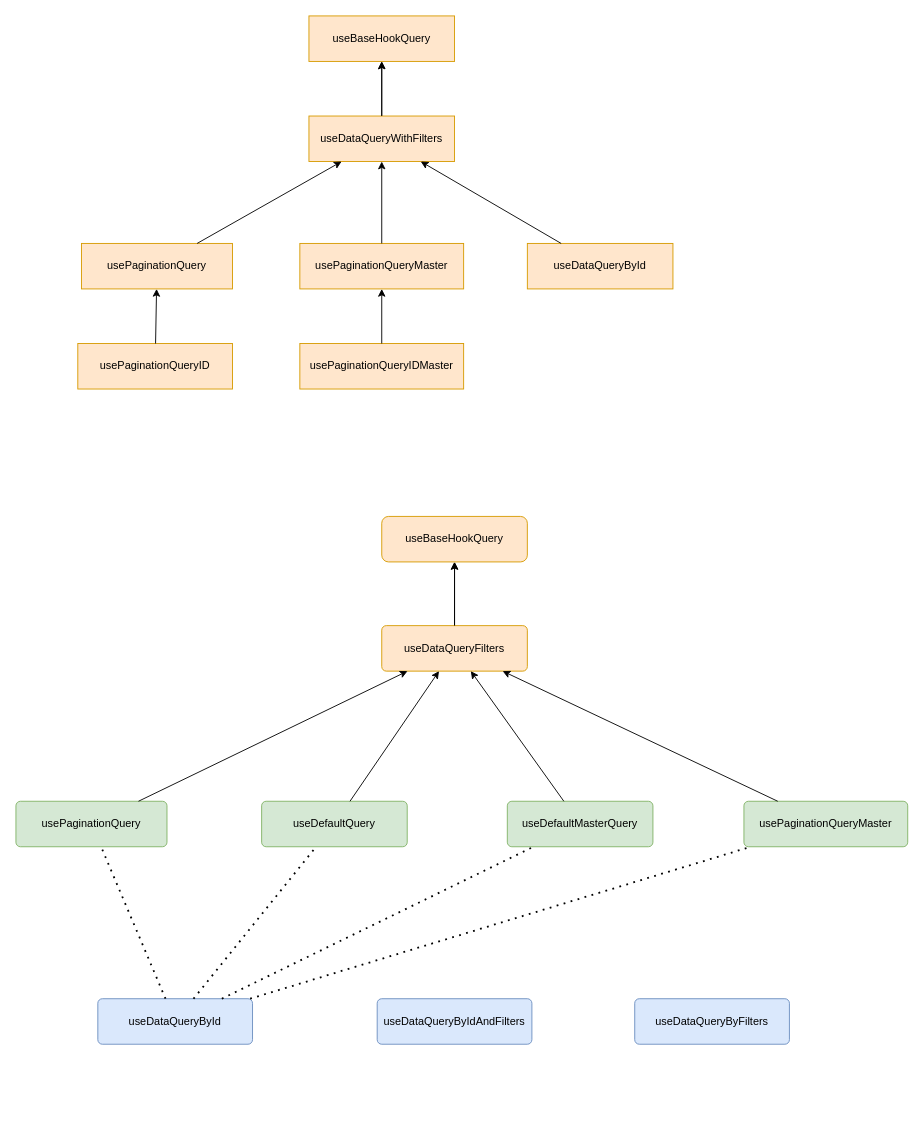
Earlier version of the draw.io diagram Diagrama sin título.drawio (gamboacarlos/preview-test). Source tidied: cells renumbered, new cells numbered last; positions are measured from the earlier drawing's top-left corner, leaving out a move shared by most shapes. Both pictures are drawn from the tidied source at 91%, with x=0, y=0 at pixel (15, 15).
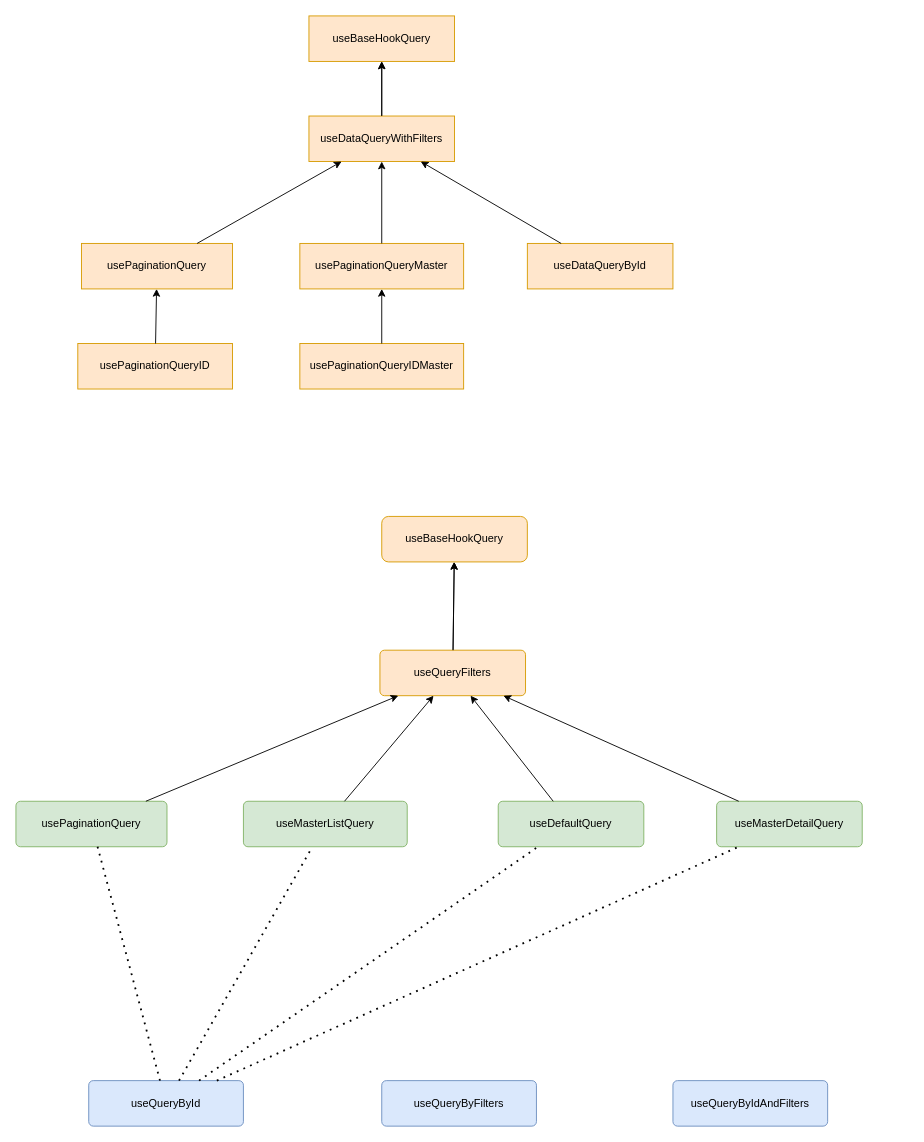
After the change.

Diff of the diagram source:
```diff
@@
-    <mxCell id="18" value="useDataQueryFilters" style="rounded=1;whiteSpace=wrap;html=1;fontSize=12;glass=0;strokeWidth=1;shadow=0;arcSize=10;fillColor=#ffe6cc;strokeColor=#d79b00;" parent="1" vertex="1">
-      <mxGeometry x="402" y="670" width="160" height="50" as="geometry" />
+    <mxCell id="18" value="useQueryFilters" style="rounded=1;whiteSpace=wrap;html=1;fontSize=12;glass=0;strokeWidth=1;shadow=0;arcSize=10;fillColor=#ffe6cc;strokeColor=#d79b00;" parent="1" vertex="1">
+      <mxGeometry x="400" y="697" width="160" height="50" as="geometry" />
     </mxCell>
@@
-    <mxCell id="22" value="usePaginationQueryMaster" style="rounded=1;whiteSpace=wrap;html=1;fontSize=12;glass=0;strokeWidth=1;shadow=0;arcSize=10;fillColor=#d5e8d4;strokeColor=#82b366;" parent="1" vertex="1">
-      <mxGeometry x="800" y="863" width="180" height="50" as="geometry" />
+    <mxCell id="22" value="useMasterListQuery" style="rounded=1;whiteSpace=wrap;html=1;fontSize=12;glass=0;strokeWidth=1;shadow=0;arcSize=10;fillColor=#d5e8d4;strokeColor=#82b366;" parent="1" vertex="1">
+      <mxGeometry x="250" y="863" width="180" height="50" as="geometry" />
     </mxCell>
-    <mxCell id="23" value="useDefaultMasterQuery" style="rounded=1;whiteSpace=wrap;html=1;fontSize=12;glass=0;strokeWidth=1;shadow=0;arcSize=10;fillColor=#d5e8d4;strokeColor=#82b366;" parent="1" vertex="1">
-      <mxGeometry x="540" y="863" width="160" height="50" as="geometry" />
+    <mxCell id="23" value="useMasterDetailQuery" style="rounded=1;whiteSpace=wrap;html=1;fontSize=12;glass=0;strokeWidth=1;shadow=0;arcSize=10;fillColor=#d5e8d4;strokeColor=#82b366;" parent="1" vertex="1">
+      <mxGeometry x="770" y="863" width="160" height="50" as="geometry" />
     </mxCell>
@@
-    <mxCell id="25" value="useDataQueryById" style="rounded=1;whiteSpace=wrap;html=1;fontSize=12;glass=0;strokeWidth=1;shadow=0;arcSize=10;fillColor=#dae8fc;strokeColor=#6c8ebf;" parent="1" vertex="1">
-      <mxGeometry x="90" y="1080" width="170" height="50" as="geometry" />
+    <mxCell id="25" value="useQueryById" style="rounded=1;whiteSpace=wrap;html=1;fontSize=12;glass=0;strokeWidth=1;shadow=0;arcSize=10;fillColor=#dae8fc;strokeColor=#6c8ebf;" parent="1" vertex="1">
+      <mxGeometry x="80" y="1170" width="170" height="50" as="geometry" />
     </mxCell>
@@
     <mxCell id="27" value="useDefaultQuery" style="rounded=1;whiteSpace=wrap;html=1;fontSize=12;glass=0;strokeWidth=1;shadow=0;arcSize=10;fillColor=#d5e8d4;strokeColor=#82b366;" parent="1" vertex="1">
-      <mxGeometry x="270" y="863" width="160" height="50" as="geometry" />
+      <mxGeometry x="530" y="863" width="160" height="50" as="geometry" />
     </mxCell>
@@
-    <mxCell id="29" value="useDataQueryByIdAndFilters" style="rounded=1;whiteSpace=wrap;html=1;fontSize=12;glass=0;strokeWidth=1;shadow=0;arcSize=10;fillColor=#dae8fc;strokeColor=#6c8ebf;" parent="1" vertex="1">
-      <mxGeometry x="397" y="1080" width="170" height="50" as="geometry" />
+    <mxCell id="29" value="useQueryByIdAndFilters" style="rounded=1;whiteSpace=wrap;html=1;fontSize=12;glass=0;strokeWidth=1;shadow=0;arcSize=10;fillColor=#dae8fc;strokeColor=#6c8ebf;" parent="1" vertex="1">
+      <mxGeometry x="722" y="1170" width="170" height="50" as="geometry" />
     </mxCell>
-    <mxCell id="30" value="&lt;div&gt;useDataQueryByFilters&lt;/div&gt;" style="rounded=1;whiteSpace=wrap;html=1;fontSize=12;glass=0;strokeWidth=1;shadow=0;arcSize=10;fillColor=#dae8fc;strokeColor=#6c8ebf;" parent="1" vertex="1">
-      <mxGeometry x="680" y="1080" width="170" height="50" as="geometry" />
+    <mxCell id="30" value="&lt;div&gt;useQueryByFilters&lt;/div&gt;" style="rounded=1;whiteSpace=wrap;html=1;fontSize=12;glass=0;strokeWidth=1;shadow=0;arcSize=10;fillColor=#dae8fc;strokeColor=#6c8ebf;" parent="1" vertex="1">
+      <mxGeometry x="402" y="1170" width="170" height="50" as="geometry" />
     </mxCell>
```
